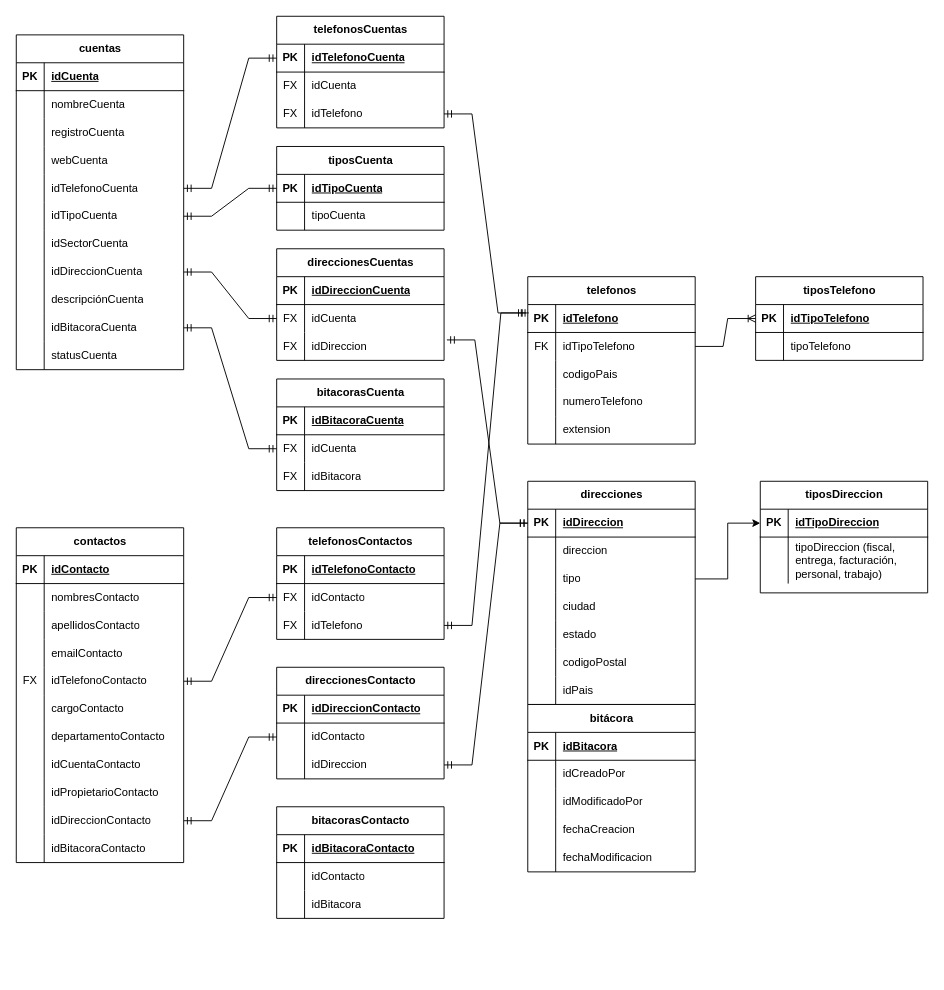
ocpdata/BDPeople keeps this draw.io diagram as bd people.drawio. Above is the earlier version. Source tidied: cells renumbered, new cells numbered last; positions are measured from the earlier drawing's top-left corner, leaving out a move shared by most shapes. Both pictures are drawn from the tidied source at 93%, with x=0, y=0 at pixel (16, 16).
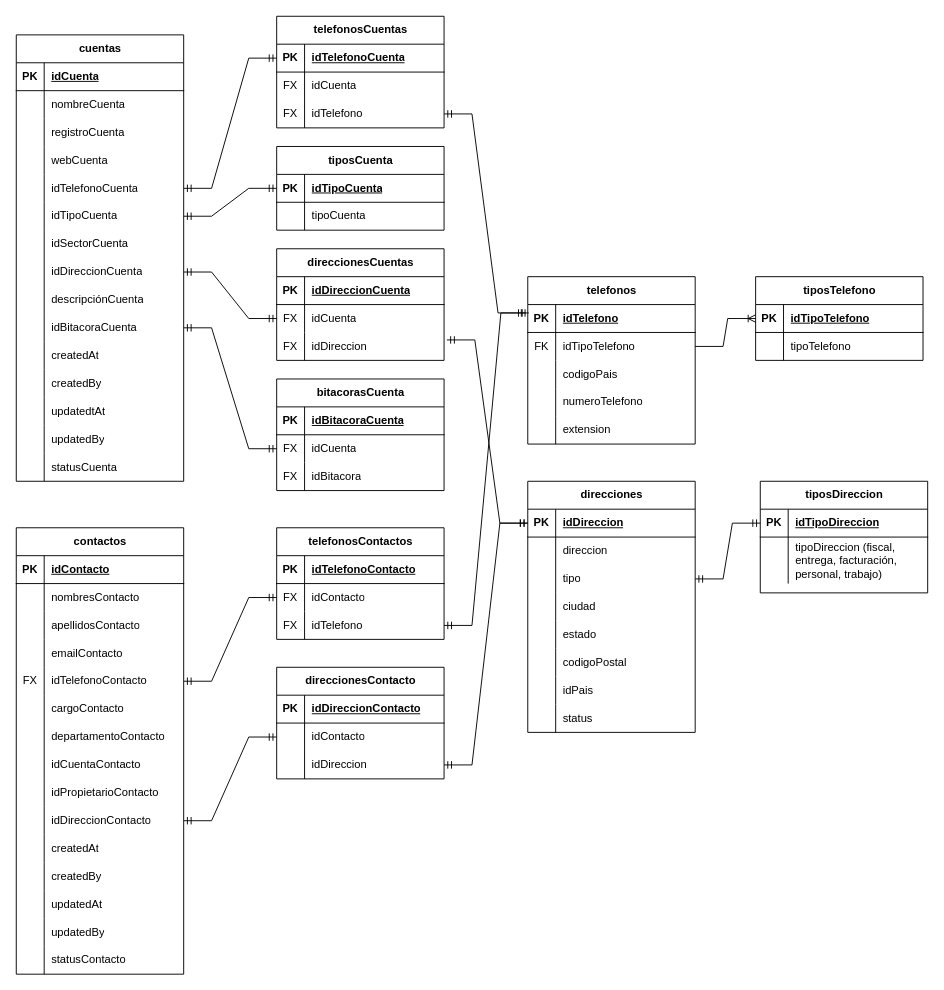
Above is the later version.

Unchanged cells that the change refers to:
```xml
<mxCell id="77" style="shape=tableRow;horizontal=0;startSize=0;swimlaneHead=0;swimlaneBody=0;fillColor=none;points=[[0,0.5],[1,0.5]];portConstraint=eastwest;top=0;left=0;right=0;bottom=0;" parent="70" vertex="1">
  <mxGeometry y="90" width="180" height="30" as="geometry" />
</mxCell>
<mxCell id="210" style="shape=tableRow;horizontal=0;startSize=0;swimlaneHead=0;swimlaneBody=0;fillColor=none;points=[[0,0.5],[1,0.5]];portConstraint=eastwest;top=0;left=0;right=0;bottom=1;" parent="209" vertex="1">
  <mxGeometry y="30" width="180" height="30" as="geometry" />
</mxCell>
```

Diff of the diagram source:
```diff
@@
     <mxCell id="2" value="cuentas" style="shape=table;startSize=30;childLayout=tableLayout;rowLines=0;fontStyle=1;align=center;html=1;" parent="1" vertex="1">
-      <mxGeometry y="20" width="180" height="360" as="geometry" />
+      <mxGeometry y="20" width="180" height="480" as="geometry" />
     </mxCell>
@@
+    <mxCell id="217" style="shape=tableRow;horizontal=0;startSize=0;swimlaneHead=0;swimlaneBody=0;fillColor=none;top=0;left=0;right=0;bottom=0;" parent="2" vertex="1">
+      <mxGeometry y="330" width="180" height="30" as="geometry" />
+    </mxCell>
+    <mxCell id="218" style="shape=partialRectangle;fillColor=none;top=0;left=0;bottom=0;right=0;overflow=hidden;whiteSpace=wrap;html=1;" parent="217" vertex="1">
+      <mxGeometry width="30" height="30" as="geometry" />
+    </mxCell>
+    <mxCell id="219" value="createdAt" style="shape=partialRectangle;fillColor=none;top=0;left=0;bottom=0;right=0;align=left;spacingLeft=6;overflow=hidden;whiteSpace=wrap;html=1;" parent="217" vertex="1">
+      <mxGeometry x="30" width="150" height="30" as="geometry" />
+    </mxCell>
     <mxCell id="33" style="shape=tableRow;horizontal=0;startSize=0;swimlaneHead=0;swimlaneBody=0;fillColor=none;top=0;left=0;right=0;bottom=0;" parent="2" vertex="1">
-      <mxGeometry y="330" width="180" height="30" as="geometry" />
+      <mxGeometry y="360" width="180" height="30" as="geometry" />
     </mxCell>
@@
-    <mxCell id="35" value="statusCuenta" style="shape=partialRectangle;fillColor=none;top=0;left=0;bottom=0;right=0;align=left;spacingLeft=6;overflow=hidden;whiteSpace=wrap;html=1;" parent="33" vertex="1">
+    <mxCell id="35" value="createdBy" style="shape=partialRectangle;fillColor=none;top=0;left=0;bottom=0;right=0;align=left;spacingLeft=6;overflow=hidden;whiteSpace=wrap;html=1;" parent="33" vertex="1">
       <mxGeometry x="30" width="150" height="30" as="geometry" />
     </mxCell>
+    <mxCell id="220" style="shape=tableRow;horizontal=0;startSize=0;swimlaneHead=0;swimlaneBody=0;fillColor=none;top=0;left=0;right=0;bottom=0;" parent="2" vertex="1">
+      <mxGeometry y="390" width="180" height="30" as="geometry" />
+    </mxCell>
+    <mxCell id="221" style="shape=partialRectangle;fillColor=none;top=0;left=0;bottom=0;right=0;overflow=hidden;whiteSpace=wrap;html=1;" parent="220" vertex="1">
+      <mxGeometry width="30" height="30" as="geometry" />
+    </mxCell>
+    <mxCell id="222" value="updatedtAt" style="shape=partialRectangle;fillColor=none;top=0;left=0;bottom=0;right=0;align=left;spacingLeft=6;overflow=hidden;whiteSpace=wrap;html=1;" parent="220" vertex="1">
+      <mxGeometry x="30" width="150" height="30" as="geometry" />
+    </mxCell>
+    <mxCell id="223" style="shape=tableRow;horizontal=0;startSize=0;swimlaneHead=0;swimlaneBody=0;fillColor=none;top=0;left=0;right=0;bottom=0;" parent="2" vertex="1">
+      <mxGeometry y="420" width="180" height="30" as="geometry" />
+    </mxCell>
+    <mxCell id="224" style="shape=partialRectangle;fillColor=none;top=0;left=0;bottom=0;right=0;overflow=hidden;whiteSpace=wrap;html=1;" parent="223" vertex="1">
+      <mxGeometry width="30" height="30" as="geometry" />
+    </mxCell>
+    <mxCell id="225" value="updatedBy" style="shape=partialRectangle;fillColor=none;top=0;left=0;bottom=0;right=0;align=left;spacingLeft=6;overflow=hidden;whiteSpace=wrap;html=1;" parent="223" vertex="1">
+      <mxGeometry x="30" width="150" height="30" as="geometry" />
+    </mxCell>
+    <mxCell id="226" style="shape=tableRow;horizontal=0;startSize=0;swimlaneHead=0;swimlaneBody=0;fillColor=none;top=0;left=0;right=0;bottom=0;" parent="2" vertex="1">
+      <mxGeometry y="450" width="180" height="30" as="geometry" />
+    </mxCell>
+    <mxCell id="227" style="shape=partialRectangle;fillColor=none;top=0;left=0;bottom=0;right=0;overflow=hidden;whiteSpace=wrap;html=1;" parent="226" vertex="1">
+      <mxGeometry width="30" height="30" as="geometry" />
+    </mxCell>
+    <mxCell id="228" value="statusCuenta" style="shape=partialRectangle;fillColor=none;top=0;left=0;bottom=0;right=0;align=left;spacingLeft=6;overflow=hidden;whiteSpace=wrap;html=1;" parent="226" vertex="1">
+      <mxGeometry x="30" width="150" height="30" as="geometry" />
+    </mxCell>
     <mxCell id="36" value="contactos" style="shape=table;startSize=30;childLayout=tableLayout;rowLines=0;fontStyle=1;align=center;html=1;" parent="1" vertex="1">
-      <mxGeometry y="550" width="180" height="360" as="geometry" />
+      <mxGeometry y="550" width="180" height="480" as="geometry" />
     </mxCell>
@@
+    <mxCell id="229" style="shape=tableRow;horizontal=0;startSize=0;swimlaneHead=0;swimlaneBody=0;fillColor=none;top=0;left=0;right=0;bottom=0;" parent="36" vertex="1">
+      <mxGeometry y="330" width="180" height="30" as="geometry" />
+    </mxCell>
+    <mxCell id="230" style="shape=partialRectangle;fillColor=none;top=0;left=0;bottom=0;right=0;overflow=hidden;whiteSpace=wrap;html=1;" parent="229" vertex="1">
+      <mxGeometry width="30" height="30" as="geometry" />
+    </mxCell>
+    <mxCell id="231" value="createdAt" style="shape=partialRectangle;fillColor=none;top=0;left=0;bottom=0;right=0;align=left;spacingLeft=6;overflow=hidden;whiteSpace=wrap;html=1;" parent="229" vertex="1">
+      <mxGeometry x="30" width="150" height="30" as="geometry" />
+    </mxCell>
+    <mxCell id="232" style="shape=tableRow;horizontal=0;startSize=0;swimlaneHead=0;swimlaneBody=0;fillColor=none;top=0;left=0;right=0;bottom=0;" parent="36" vertex="1">
+      <mxGeometry y="360" width="180" height="30" as="geometry" />
+    </mxCell>
+    <mxCell id="233" style="shape=partialRectangle;fillColor=none;top=0;left=0;bottom=0;right=0;overflow=hidden;whiteSpace=wrap;html=1;" parent="232" vertex="1">
+      <mxGeometry width="30" height="30" as="geometry" />
+    </mxCell>
+    <mxCell id="234" value="createdBy" style="shape=partialRectangle;fillColor=none;top=0;left=0;bottom=0;right=0;align=left;spacingLeft=6;overflow=hidden;whiteSpace=wrap;html=1;" parent="232" vertex="1">
+      <mxGeometry x="30" width="150" height="30" as="geometry" />
+    </mxCell>
+    <mxCell id="235" style="shape=tableRow;horizontal=0;startSize=0;swimlaneHead=0;swimlaneBody=0;fillColor=none;top=0;left=0;right=0;bottom=0;" parent="36" vertex="1">
+      <mxGeometry y="390" width="180" height="30" as="geometry" />
+    </mxCell>
+    <mxCell id="236" style="shape=partialRectangle;fillColor=none;top=0;left=0;bottom=0;right=0;overflow=hidden;whiteSpace=wrap;html=1;" parent="235" vertex="1">
+      <mxGeometry width="30" height="30" as="geometry" />
+    </mxCell>
+    <mxCell id="237" value="updatedAt" style="shape=partialRectangle;fillColor=none;top=0;left=0;bottom=0;right=0;align=left;spacingLeft=6;overflow=hidden;whiteSpace=wrap;html=1;" parent="235" vertex="1">
+      <mxGeometry x="30" width="150" height="30" as="geometry" />
+    </mxCell>
+    <mxCell id="238" style="shape=tableRow;horizontal=0;startSize=0;swimlaneHead=0;swimlaneBody=0;fillColor=none;top=0;left=0;right=0;bottom=0;" parent="36" vertex="1">
+      <mxGeometry y="420" width="180" height="30" as="geometry" />
+    </mxCell>
+    <mxCell id="239" style="shape=partialRectangle;fillColor=none;top=0;left=0;bottom=0;right=0;overflow=hidden;whiteSpace=wrap;html=1;" parent="238" vertex="1">
+      <mxGeometry width="30" height="30" as="geometry" />
+    </mxCell>
+    <mxCell id="240" value="updatedBy" style="shape=partialRectangle;fillColor=none;top=0;left=0;bottom=0;right=0;align=left;spacingLeft=6;overflow=hidden;whiteSpace=wrap;html=1;" parent="238" vertex="1">
+      <mxGeometry x="30" width="150" height="30" as="geometry" />
+    </mxCell>
     <mxCell id="67" style="shape=tableRow;horizontal=0;startSize=0;swimlaneHead=0;swimlaneBody=0;fillColor=none;top=0;left=0;right=0;bottom=0;" parent="36" vertex="1">
-      <mxGeometry y="330" width="180" height="30" as="geometry" />
+      <mxGeometry y="450" width="180" height="30" as="geometry" />
     </mxCell>
@@
-    <mxCell id="69" value="idBitacoraContacto" style="shape=partialRectangle;fillColor=none;top=0;left=0;bottom=0;right=0;align=left;spacingLeft=6;overflow=hidden;whiteSpace=wrap;html=1;" parent="67" vertex="1">
+    <mxCell id="69" value="statusContacto" style="shape=partialRectangle;fillColor=none;top=0;left=0;bottom=0;right=0;align=left;spacingLeft=6;overflow=hidden;whiteSpace=wrap;html=1;" parent="67" vertex="1">
       <mxGeometry x="30" width="150" height="30" as="geometry" />
     </mxCell>
     <mxCell id="70" value="direcciones" style="shape=table;startSize=30;childLayout=tableLayout;rowLines=0;fontStyle=1;align=center;html=1;" parent="1" vertex="1">
-      <mxGeometry x="550" y="500" width="180" height="240" as="geometry" />
+      <mxGeometry x="550" y="500" width="180" height="270" as="geometry" />
     </mxCell>
@@
-    <mxCell id="92" value="bitácora" style="shape=table;startSize=30;childLayout=tableLayout;rowLines=0;fontStyle=1;align=center;html=1;" parent="1" vertex="1">
-      <mxGeometry x="550" y="740" width="180" height="180" as="geometry" />
-    </mxCell>
-    <mxCell id="93" style="shape=tableRow;horizontal=0;startSize=0;swimlaneHead=0;swimlaneBody=0;fillColor=none;top=0;left=0;right=0;bottom=1;" parent="92" vertex="1">
-      <mxGeometry y="30" width="180" height="30" as="geometry" />
-    </mxCell>
-    <mxCell id="94" value="PK" style="shape=partialRectangle;fillColor=none;top=0;left=0;bottom=0;right=0;fontStyle=1;overflow=hidden;whiteSpace=wrap;html=1;" parent="93" vertex="1">
-      <mxGeometry width="30" height="30" as="geometry" />
-    </mxCell>
-    <mxCell id="95" value="idBitacora" style="shape=partialRectangle;fillColor=none;top=0;left=0;bottom=0;right=0;align=left;spacingLeft=6;fontStyle=5;overflow=hidden;whiteSpace=wrap;html=1;" parent="93" vertex="1">
-      <mxGeometry x="30" width="150" height="30" as="geometry" />
-    </mxCell>
-    <mxCell id="96" style="shape=tableRow;horizontal=0;startSize=0;swimlaneHead=0;swimlaneBody=0;fillColor=none;top=0;left=0;right=0;bottom=0;" parent="92" vertex="1">
-      <mxGeometry y="60" width="180" height="30" as="geometry" />
-    </mxCell>
-    <mxCell id="97" style="shape=partialRectangle;fillColor=none;top=0;left=0;bottom=0;right=0;overflow=hidden;whiteSpace=wrap;html=1;" parent="96" vertex="1">
-      <mxGeometry width="30" height="30" as="geometry" />
-    </mxCell>
-    <mxCell id="98" value="idCreadoPor" style="shape=partialRectangle;fillColor=none;top=0;left=0;bottom=0;right=0;align=left;spacingLeft=6;overflow=hidden;whiteSpace=wrap;html=1;" parent="96" vertex="1">
-      <mxGeometry x="30" width="150" height="30" as="geometry" />
-    </mxCell>
-    <mxCell id="99" style="shape=tableRow;horizontal=0;startSize=0;swimlaneHead=0;swimlaneBody=0;fillColor=none;top=0;left=0;right=0;bottom=0;" parent="92" vertex="1">
-      <mxGeometry y="90" width="180" height="30" as="geometry" />
-    </mxCell>
-    <mxCell id="100" style="shape=partialRectangle;fillColor=none;top=0;left=0;bottom=0;right=0;overflow=hidden;whiteSpace=wrap;html=1;" parent="99" vertex="1">
-      <mxGeometry width="30" height="30" as="geometry" />
-    </mxCell>
-    <mxCell id="101" value="idModificadoPor" style="shape=partialRectangle;fillColor=none;top=0;left=0;bottom=0;right=0;align=left;spacingLeft=6;overflow=hidden;whiteSpace=wrap;html=1;" parent="99" vertex="1">
-      <mxGeometry x="30" width="150" height="30" as="geometry" />
-    </mxCell>
-    <mxCell id="102" style="shape=tableRow;horizontal=0;startSize=0;swimlaneHead=0;swimlaneBody=0;fillColor=none;top=0;left=0;right=0;bottom=0;" parent="92" vertex="1">
-      <mxGeometry y="120" width="180" height="30" as="geometry" />
-    </mxCell>
-    <mxCell id="103" style="shape=partialRectangle;fillColor=none;top=0;left=0;bottom=0;right=0;overflow=hidden;whiteSpace=wrap;html=1;" parent="102" vertex="1">
-      <mxGeometry width="30" height="30" as="geometry" />
-    </mxCell>
-    <mxCell id="104" value="fechaCreacion" style="shape=partialRectangle;fillColor=none;top=0;left=0;bottom=0;right=0;align=left;spacingLeft=6;overflow=hidden;whiteSpace=wrap;html=1;" parent="102" vertex="1">
-      <mxGeometry x="30" width="150" height="30" as="geometry" />
-    </mxCell>
-    <mxCell id="105" style="shape=tableRow;horizontal=0;startSize=0;swimlaneHead=0;swimlaneBody=0;fillColor=none;top=0;left=0;right=0;bottom=0;" parent="92" vertex="1">
-      <mxGeometry y="150" width="180" height="30" as="geometry" />
-    </mxCell>
-    <mxCell id="106" style="shape=partialRectangle;fillColor=none;top=0;left=0;bottom=0;right=0;overflow=hidden;whiteSpace=wrap;html=1;" parent="105" vertex="1">
-      <mxGeometry width="30" height="30" as="geometry" />
-    </mxCell>
-    <mxCell id="107" value="fechaModificacion" style="shape=partialRectangle;fillColor=none;top=0;left=0;bottom=0;right=0;align=left;spacingLeft=6;overflow=hidden;whiteSpace=wrap;html=1;" parent="105" vertex="1">
-      <mxGeometry x="30" width="150" height="30" as="geometry" />
-    </mxCell>
+    <mxCell id="241" style="shape=tableRow;horizontal=0;startSize=0;swimlaneHead=0;swimlaneBody=0;fillColor=none;top=0;left=0;right=0;bottom=0;" parent="70" vertex="1">
+      <mxGeometry y="240" width="180" height="30" as="geometry" />
+    </mxCell>
+    <mxCell id="242" style="shape=partialRectangle;fillColor=none;top=0;left=0;bottom=0;right=0;overflow=hidden;whiteSpace=wrap;html=1;" parent="241" vertex="1">
+      <mxGeometry width="30" height="30" as="geometry" />
+    </mxCell>
+    <mxCell id="243" value="status" style="shape=partialRectangle;fillColor=none;top=0;left=0;bottom=0;right=0;align=left;spacingLeft=6;overflow=hidden;whiteSpace=wrap;html=1;" parent="241" vertex="1">
+      <mxGeometry x="30" width="150" height="30" as="geometry" />
+    </mxCell>
@@
-    <mxCell id="196" value="bitacorasContacto" style="shape=table;startSize=30;childLayout=tableLayout;rowLines=0;fontStyle=1;align=center;html=1;" parent="1" vertex="1">
-      <mxGeometry x="280" y="850" width="180" height="120" as="geometry" />
-    </mxCell>
-    <mxCell id="197" style="shape=tableRow;horizontal=0;startSize=0;swimlaneHead=0;swimlaneBody=0;fillColor=none;top=0;left=0;right=0;bottom=1;" parent="196" vertex="1">
-      <mxGeometry y="30" width="180" height="30" as="geometry" />
-    </mxCell>
-    <mxCell id="198" value="PK" style="shape=partialRectangle;fillColor=none;top=0;left=0;bottom=0;right=0;fontStyle=1;overflow=hidden;whiteSpace=wrap;html=1;" parent="197" vertex="1">
-      <mxGeometry width="30" height="30" as="geometry" />
-    </mxCell>
-    <mxCell id="199" value="idBitacoraContacto" style="shape=partialRectangle;fillColor=none;top=0;left=0;bottom=0;right=0;align=left;spacingLeft=6;fontStyle=5;overflow=hidden;whiteSpace=wrap;html=1;" parent="197" vertex="1">
-      <mxGeometry x="30" width="150" height="30" as="geometry" />
-    </mxCell>
-    <mxCell id="200" style="shape=tableRow;horizontal=0;startSize=0;swimlaneHead=0;swimlaneBody=0;fillColor=none;top=0;left=0;right=0;bottom=0;" parent="196" vertex="1">
-      <mxGeometry y="60" width="180" height="30" as="geometry" />
-    </mxCell>
-    <mxCell id="201" style="shape=partialRectangle;fillColor=none;top=0;left=0;bottom=0;right=0;overflow=hidden;whiteSpace=wrap;html=1;" parent="200" vertex="1">
-      <mxGeometry width="30" height="30" as="geometry" />
-    </mxCell>
-    <mxCell id="202" value="idContacto" style="shape=partialRectangle;fillColor=none;top=0;left=0;bottom=0;right=0;align=left;spacingLeft=6;overflow=hidden;whiteSpace=wrap;html=1;" parent="200" vertex="1">
-      <mxGeometry x="30" width="150" height="30" as="geometry" />
-    </mxCell>
-    <mxCell id="203" style="shape=tableRow;horizontal=0;startSize=0;swimlaneHead=0;swimlaneBody=0;fillColor=none;top=0;left=0;right=0;bottom=0;" parent="196" vertex="1">
-      <mxGeometry y="90" width="180" height="30" as="geometry" />
-    </mxCell>
-    <mxCell id="204" style="shape=partialRectangle;fillColor=none;top=0;left=0;bottom=0;right=0;overflow=hidden;whiteSpace=wrap;html=1;" parent="203" vertex="1">
-      <mxGeometry width="30" height="30" as="geometry" />
-    </mxCell>
-    <mxCell id="205" value="idBitacora" style="shape=partialRectangle;fillColor=none;top=0;left=0;bottom=0;right=0;align=left;spacingLeft=6;overflow=hidden;whiteSpace=wrap;html=1;" parent="203" vertex="1">
-      <mxGeometry x="30" width="150" height="30" as="geometry" />
-    </mxCell>
@@
-    <mxCell id="216" style="edgeStyle=orthogonalEdgeStyle;rounded=0;jettySize=auto;html=1;exitX=1;exitY=0.5;exitDx=0;exitDy=0;entryX=0;entryY=0.5;entryDx=0;entryDy=0;" parent="1" edge="1" source="77" target="210">
+    <mxCell id="216" style="edgeStyle=entityRelationEdgeStyle;fontSize=12;html=1;endArrow=ERmandOne;startArrow=ERmandOne;rounded=0;exitX=1;exitY=0.5;exitDx=0;exitDy=0;entryX=0;entryY=0.5;entryDx=0;entryDy=0;" parent="1" edge="1" source="77" target="210">
       <mxGeometry relative="1" as="geometry" />
     </mxCell>
```
